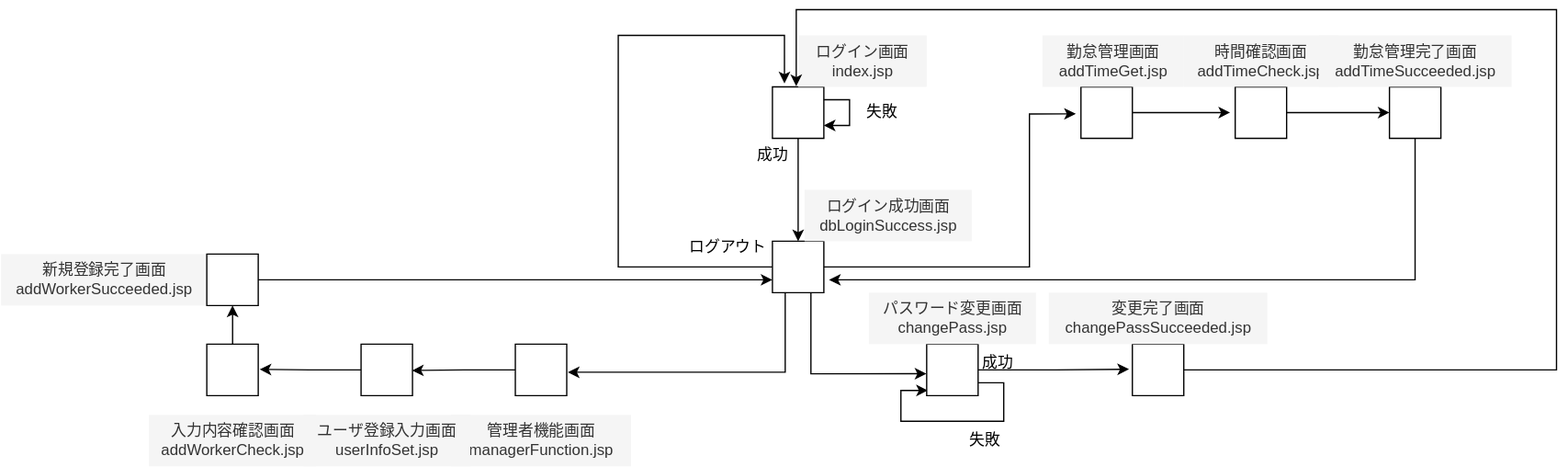
Masaaki-Kobayashi-kccs/sampleRepo2 keeps this draw.io diagram as ログイン画面.drawio.svg. Above is the earlier version. Source tidied: cells renumbered, new cells last; positions are measured from the earlier drawing's top-left corner, leaving out a move shared by most shapes.
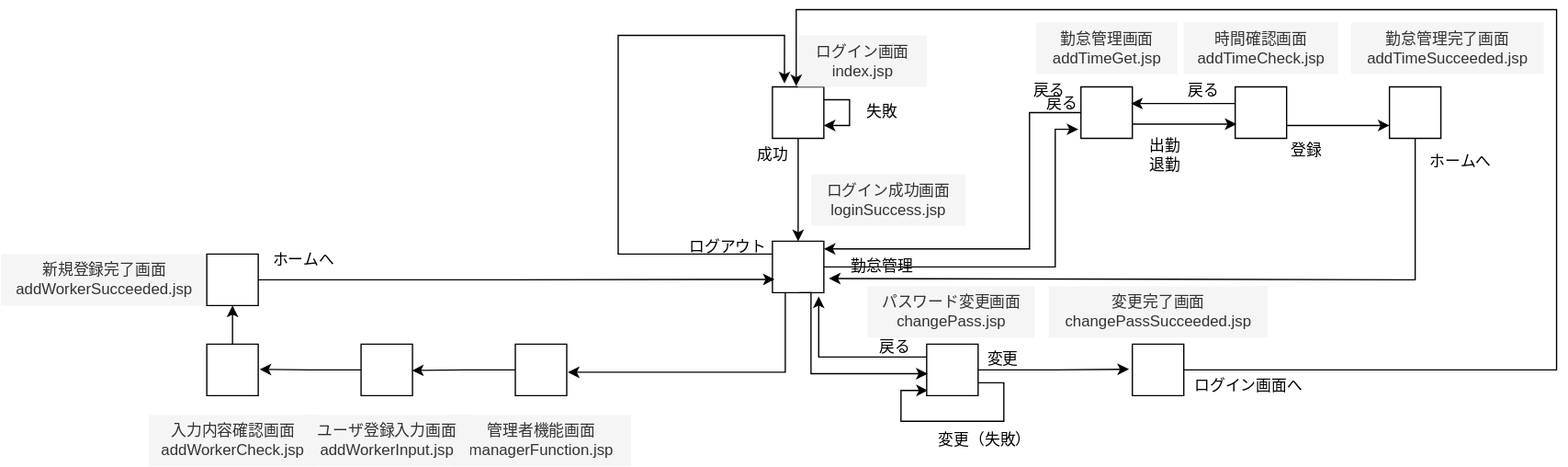
The same file after the commit.

Commit message:
ログイン画面.drawio.svg を更新します

Change to the diagram source:
```diff
@@ -14,7 +14,7 @@
     <mxCell id="5" style="edgeStyle=orthogonalEdgeStyle;rounded=0;jettySize=auto;html=1;entryX=0.234;entryY=-0.068;entryDx=0;entryDy=0;entryPerimeter=0;" parent="1" edge="1" source="6" target="3">
       <mxGeometry relative="1" as="geometry">
         <Array as="points">
-          <mxPoint x="480" y="200" />
+          <mxPoint x="480" y="190" />
           <mxPoint x="480" y="20" />
           <mxPoint x="609" y="20" />
         </Array>
@@ -23,8 +23,8 @@
     <mxCell id="6" style="verticalLabelPosition=bottom;verticalAlign=top;html=1;shape=mxgraph.basic.rect;fillColor2=none;strokeWidth=1;size=20;indent=5;" parent="1" vertex="1">
       <mxGeometry x="600" y="180" width="40" height="40" as="geometry" />
     </mxCell>
-    <mxCell id="7" value="ログイン成功画面&lt;div&gt;dbLoginSuccess.jsp&lt;/div&gt;" style="text;html=1;align=center;verticalAlign=middle;strokeColor=none;fillColor=#f5f5f5;fontColor=#333333;" parent="1" vertex="1">
-      <mxGeometry x="625" y="140" width="130" height="40" as="geometry" />
+    <mxCell id="7" value="ログイン成功画面&lt;div&gt;loginSuccess.jsp&lt;/div&gt;" style="text;html=1;align=center;verticalAlign=middle;strokeColor=none;fillColor=#f5f5f5;fontColor=#333333;" parent="1" vertex="1">
+      <mxGeometry x="630" y="128" width="120" height="40" as="geometry" />
     </mxCell>
     <mxCell id="8" value="成功" style="text;html=1;align=center;verticalAlign=middle;strokeColor=none;fillColor=none;" parent="1" vertex="1">
       <mxGeometry x="575" y="98" width="50" height="30" as="geometry" />
@@ -39,33 +39,27 @@
       <mxGeometry relative="1" as="geometry" />
     </mxCell>
     <mxCell id="12" value="勤怠管理画面&lt;div&gt;addTimeGet.jsp&lt;/div&gt;" style="text;html=1;align=center;verticalAlign=middle;strokeColor=none;fillColor=#f5f5f5;fontColor=#333333;" parent="1" vertex="1">
-      <mxGeometry x="810" y="20" width="110" height="40" as="geometry" />
+      <mxGeometry x="805" y="10" width="110" height="40" as="geometry" />
     </mxCell>
-    <mxCell id="13" style="edgeStyle=orthogonalEdgeStyle;rounded=0;jettySize=auto;html=1;entryX=-0.1;entryY=0.525;entryDx=0;entryDy=0;entryPerimeter=0;" parent="1" edge="1" source="6" target="10">
-      <mxGeometry relative="1" as="geometry">
-        <Array as="points">
-          <mxPoint x="800" y="200" />
-          <mxPoint x="800" y="81" />
-        </Array>
-      </mxGeometry>
-    </mxCell>
     <mxCell id="14" style="edgeStyle=orthogonalEdgeStyle;rounded=0;jettySize=auto;html=1;" parent="1" edge="1" source="15" target="18">
-      <mxGeometry relative="1" as="geometry" />
+      <mxGeometry relative="1" as="geometry">
+        <Array as="points">
+          <mxPoint x="1040" y="90" />
+          <mxPoint x="1040" y="90" />
+        </Array>
+      </mxGeometry>
     </mxCell>
     <mxCell id="15" style="verticalLabelPosition=bottom;verticalAlign=top;html=1;shape=mxgraph.basic.rect;fillColor2=none;strokeWidth=1;size=20;indent=5;" parent="1" vertex="1">
       <mxGeometry x="960" y="60" width="40" height="40" as="geometry" />
     </mxCell>
     <mxCell id="16" value="時間確認画面&lt;div&gt;addTimeCheck.jsp&lt;/div&gt;" style="text;html=1;align=center;verticalAlign=middle;strokeColor=none;fillColor=#f5f5f5;fontColor=#333333;" parent="1" vertex="1">
-      <mxGeometry x="920" y="20" width="120" height="40" as="geometry" />
+      <mxGeometry x="920" y="10" width="120" height="40" as="geometry" />
     </mxCell>
-    <mxCell id="17" style="edgeStyle=orthogonalEdgeStyle;rounded=0;jettySize=auto;html=1;entryX=-0.1;entryY=0.5;entryDx=0;entryDy=0;entryPerimeter=0;" parent="1" edge="1" source="10" target="15">
-      <mxGeometry relative="1" as="geometry" />
-    </mxCell>
     <mxCell id="18" style="verticalLabelPosition=bottom;verticalAlign=top;html=1;shape=mxgraph.basic.rect;fillColor2=none;strokeWidth=1;size=20;indent=5;" parent="1" vertex="1">
       <mxGeometry x="1080" y="60" width="40" height="40" as="geometry" />
     </mxCell>
     <mxCell id="19" value="勤怠管理完了画面&lt;div&gt;addTimeSucceeded.jsp&lt;/div&gt;" style="text;html=1;align=center;verticalAlign=middle;strokeColor=none;fillColor=#f5f5f5;fontColor=#333333;" parent="1" vertex="1">
-      <mxGeometry x="1025" y="20" width="150" height="40" as="geometry" />
+      <mxGeometry x="1050" y="10" width="150" height="40" as="geometry" />
     </mxCell>
     <mxCell id="20" style="edgeStyle=orthogonalEdgeStyle;rounded=0;jettySize=auto;html=1;entryX=1.1;entryY=0.725;entryDx=0;entryDy=0;entryPerimeter=0;" parent="1" edge="1" source="18" target="6">
       <mxGeometry relative="1" as="geometry">
@@ -91,17 +85,20 @@
       <mxGeometry x="720" y="260" width="40" height="40" as="geometry" />
     </mxCell>
     <mxCell id="24" value="パスワード変更画面&lt;div&gt;changePass.jsp&lt;/div&gt;" style="text;html=1;align=center;verticalAlign=middle;strokeColor=none;fillColor=#f5f5f5;fontColor=#333333;" parent="1" vertex="1">
-      <mxGeometry x="675" y="220" width="130" height="40" as="geometry" />
+      <mxGeometry x="674" y="215" width="130" height="40" as="geometry" />
     </mxCell>
     <mxCell id="25" style="verticalLabelPosition=bottom;verticalAlign=top;html=1;shape=mxgraph.basic.rect;fillColor2=none;strokeWidth=1;size=20;indent=5;" parent="1" vertex="1">
       <mxGeometry x="880" y="260" width="40" height="40" as="geometry" />
     </mxCell>
     <mxCell id="26" value="変更&lt;span style=&quot;background-color: initial;&quot;&gt;完了画面&lt;/span&gt;&lt;div&gt;&lt;div&gt;changePassSucceeded.jsp&lt;/div&gt;&lt;/div&gt;" style="text;html=1;align=center;verticalAlign=middle;strokeColor=none;fillColor=#f5f5f5;fontColor=#333333;" parent="1" vertex="1">
-      <mxGeometry x="815" y="220" width="170" height="40" as="geometry" />
+      <mxGeometry x="815" y="215" width="170" height="40" as="geometry" />
     </mxCell>
-    <mxCell id="27" style="edgeStyle=orthogonalEdgeStyle;rounded=0;jettySize=auto;html=1;entryX=-0.007;entryY=0.575;entryDx=0;entryDy=0;entryPerimeter=0;" parent="1" edge="1" source="6" target="23">
+    <mxCell id="27" style="edgeStyle=orthogonalEdgeStyle;rounded=0;orthogonalLoop=1;jettySize=auto;html=1;entryX=-0.007;entryY=0.575;entryDx=0;entryDy=0;entryPerimeter=0;" parent="1" edge="1">
       <mxGeometry relative="1" as="geometry">
+        <mxPoint x="621" y="220" as="sourcePoint" />
+        <mxPoint x="720.7" y="283" as="targetPoint" />
         <Array as="points">
+          <mxPoint x="630" y="220" />
           <mxPoint x="630" y="283" />
         </Array>
       </mxGeometry>
@@ -115,11 +112,11 @@
         </Array>
       </mxGeometry>
     </mxCell>
-    <mxCell id="29" value="失敗" style="text;html=1;align=center;verticalAlign=middle;strokeColor=none;fillColor=none;" parent="1" vertex="1">
-      <mxGeometry x="740" y="320" width="50" height="30" as="geometry" />
+    <mxCell id="29" value="変更（失敗）" style="text;html=1;align=center;verticalAlign=middle;strokeColor=none;fillColor=none;" parent="1" vertex="1">
+      <mxGeometry x="715" y="320" width="100" height="30" as="geometry" />
     </mxCell>
-    <mxCell id="30" value="成功" style="text;html=1;align=center;verticalAlign=middle;strokeColor=none;fillColor=none;" parent="1" vertex="1">
-      <mxGeometry x="750" y="260" width="50" height="30" as="geometry" />
+    <mxCell id="30" value="変更" style="text;html=1;align=center;verticalAlign=middle;strokeColor=none;fillColor=none;" parent="1" vertex="1">
+      <mxGeometry x="754" y="257" width="50" height="30" as="geometry" />
     </mxCell>
     <mxCell id="31" style="verticalLabelPosition=bottom;verticalAlign=top;html=1;shape=mxgraph.basic.rect;fillColor2=none;strokeWidth=1;size=20;indent=5;" parent="1" vertex="1">
       <mxGeometry x="400" y="260" width="40" height="40" as="geometry" />
@@ -137,7 +134,7 @@
     <mxCell id="34" style="verticalLabelPosition=bottom;verticalAlign=top;html=1;shape=mxgraph.basic.rect;fillColor2=none;strokeWidth=1;size=20;indent=5;" parent="1" vertex="1">
       <mxGeometry x="280" y="260" width="40" height="40" as="geometry" />
     </mxCell>
-    <mxCell id="35" value="ユーザ登録入力画面&lt;div&gt;userInfoSet.jsp&lt;/div&gt;" style="text;html=1;align=center;verticalAlign=middle;strokeColor=none;fillColor=#f5f5f5;fontColor=#333333;" parent="1" vertex="1">
+    <mxCell id="35" value="ユーザ登録入力画面&lt;div&gt;addWorkerInput.jsp&lt;/div&gt;" style="text;html=1;align=center;verticalAlign=middle;strokeColor=none;fillColor=#f5f5f5;fontColor=#333333;" parent="1" vertex="1">
       <mxGeometry x="235" y="315" width="130" height="40" as="geometry" />
     </mxCell>
     <mxCell id="36" style="edgeStyle=orthogonalEdgeStyle;rounded=0;jettySize=auto;html=1;entryX=0.991;entryY=0.512;entryDx=0;entryDy=0;entryPerimeter=0;" parent="1" edge="1" source="31" target="34">
@@ -160,19 +157,83 @@
     <mxCell id="41" value="新規登録完了画面&lt;div&gt;addWorkerSucceeded.jsp&lt;/div&gt;" style="text;html=1;align=center;verticalAlign=middle;strokeColor=none;fillColor=#f5f5f5;fontColor=#333333;" parent="1" vertex="1">
       <mxGeometry y="190" width="160" height="40" as="geometry" />
     </mxCell>
-    <mxCell id="42" style="edgeStyle=orthogonalEdgeStyle;rounded=0;jettySize=auto;html=1;" parent="1" edge="1" source="43" target="6">
-      <mxGeometry relative="1" as="geometry">
-        <Array as="points">
-          <mxPoint x="400" y="210" />
-          <mxPoint x="400" y="210" />
-        </Array>
-      </mxGeometry>
-    </mxCell>
     <mxCell id="43" style="verticalLabelPosition=bottom;verticalAlign=top;html=1;shape=mxgraph.basic.rect;fillColor2=none;strokeWidth=1;size=20;indent=5;" parent="1" vertex="1">
       <mxGeometry x="160" y="190" width="40" height="40" as="geometry" />
     </mxCell>
     <mxCell id="44" value="ログアウト" style="text;html=1;align=center;verticalAlign=middle;strokeColor=none;fillColor=none;" parent="1" vertex="1">
       <mxGeometry x="525" y="170" width="80" height="30" as="geometry" />
     </mxCell>
+    <mxCell id="45" value="出勤&lt;div&gt;退勤&lt;/div&gt;" style="text;html=1;align=center;verticalAlign=middle;strokeColor=none;fillColor=none;" parent="1" vertex="1">
+      <mxGeometry x="880" y="93" width="50" height="40" as="geometry" />
+    </mxCell>
+    <mxCell id="46" value="登録" style="text;html=1;align=center;verticalAlign=middle;strokeColor=none;fillColor=none;" parent="1" vertex="1">
+      <mxGeometry x="990" y="95" width="50" height="30" as="geometry" />
+    </mxCell>
+    <mxCell id="17" style="edgeStyle=orthogonalEdgeStyle;rounded=0;jettySize=auto;html=1;entryX=0.025;entryY=0.725;entryDx=0;entryDy=0;entryPerimeter=0;" parent="1" edge="1" source="10" target="15">
+      <mxGeometry relative="1" as="geometry">
+        <Array as="points">
+          <mxPoint x="910" y="89" />
+          <mxPoint x="910" y="89" />
+        </Array>
+      </mxGeometry>
+    </mxCell>
+    <mxCell id="47" style="edgeStyle=orthogonalEdgeStyle;rounded=0;jettySize=auto;html=1;entryX=0.975;entryY=0.325;entryDx=0;entryDy=0;entryPerimeter=0;" parent="1" edge="1" source="15" target="10">
+      <mxGeometry relative="1" as="geometry">
+        <Array as="points">
+          <mxPoint x="940" y="73" />
+          <mxPoint x="940" y="73" />
+        </Array>
+      </mxGeometry>
+    </mxCell>
+    <mxCell id="48" value="戻る" style="text;html=1;align=center;verticalAlign=middle;strokeColor=none;fillColor=none;" parent="1" vertex="1">
+      <mxGeometry x="910" y="48" width="50" height="30" as="geometry" />
+    </mxCell>
+    <mxCell id="13" style="edgeStyle=orthogonalEdgeStyle;rounded=0;jettySize=auto;html=1;entryX=-0.05;entryY=0.825;entryDx=0;entryDy=0;entryPerimeter=0;" parent="1" edge="1" source="6" target="10">
+      <mxGeometry relative="1" as="geometry">
+        <Array as="points">
+          <mxPoint x="820" y="200" />
+          <mxPoint x="820" y="93" />
+        </Array>
+      </mxGeometry>
+    </mxCell>
+    <mxCell id="49" value="戻る" style="text;html=1;align=center;verticalAlign=middle;strokeColor=none;fillColor=none;" parent="1" vertex="1">
+      <mxGeometry x="790" y="48" width="50" height="30" as="geometry" />
+    </mxCell>
+    <mxCell id="50" style="edgeStyle=orthogonalEdgeStyle;rounded=0;jettySize=auto;html=1;" parent="1" edge="1" source="10" target="6">
+      <mxGeometry relative="1" as="geometry">
+        <Array as="points">
+          <mxPoint x="800" y="80" />
+          <mxPoint x="800" y="186" />
+        </Array>
+      </mxGeometry>
+    </mxCell>
+    <mxCell id="51" value="勤怠管理" style="text;html=1;align=center;verticalAlign=middle;strokeColor=none;fillColor=none;" parent="1" vertex="1">
+      <mxGeometry x="650" y="185" width="70" height="30" as="geometry" />
+    </mxCell>
+    <mxCell id="52" value="ホームへ" style="text;html=1;align=center;verticalAlign=middle;strokeColor=none;fillColor=none;" parent="1" vertex="1">
+      <mxGeometry x="1100" y="103" width="70" height="30" as="geometry" />
+    </mxCell>
+    <mxCell id="53" value="ログイン画面へ" style="text;html=1;align=center;verticalAlign=middle;strokeColor=none;fillColor=none;" parent="1" vertex="1">
+      <mxGeometry x="915" y="278" width="110" height="30" as="geometry" />
+    </mxCell>
+    <mxCell id="42" style="edgeStyle=orthogonalEdgeStyle;rounded=0;jettySize=auto;html=1;entryX=0.042;entryY=0.742;entryDx=0;entryDy=0;entryPerimeter=0;" parent="1" edge="1" source="43" target="6">
+      <mxGeometry relative="1" as="geometry" />
+    </mxCell>
+    <mxCell id="54" value="ホームへ" style="text;html=1;align=center;verticalAlign=middle;strokeColor=none;fillColor=none;" parent="1" vertex="1">
+      <mxGeometry x="200" y="180" width="70" height="30" as="geometry" />
+    </mxCell>
+    <mxCell id="55" style="edgeStyle=orthogonalEdgeStyle;rounded=0;jettySize=auto;html=1;entryX=0.9;entryY=1.075;entryDx=0;entryDy=0;entryPerimeter=0;" parent="1" edge="1" source="23" target="6">
+      <mxGeometry relative="1" as="geometry">
+        <Array as="points">
+          <mxPoint x="636" y="270" />
+        </Array>
+      </mxGeometry>
+    </mxCell>
+    <mxCell id="56" value="戻る" style="text;html=1;align=center;verticalAlign=middle;strokeColor=none;fillColor=none;" parent="1" vertex="1">
+      <mxGeometry x="800" y="58" width="50" height="30" as="geometry" />
+    </mxCell>
+    <mxCell id="57" value="戻る" style="text;html=1;align=center;verticalAlign=middle;strokeColor=none;fillColor=none;" parent="1" vertex="1">
+      <mxGeometry x="670" y="248" width="50" height="30" as="geometry" />
+    </mxCell>
   </root>
 </mxGraphModel>
```
